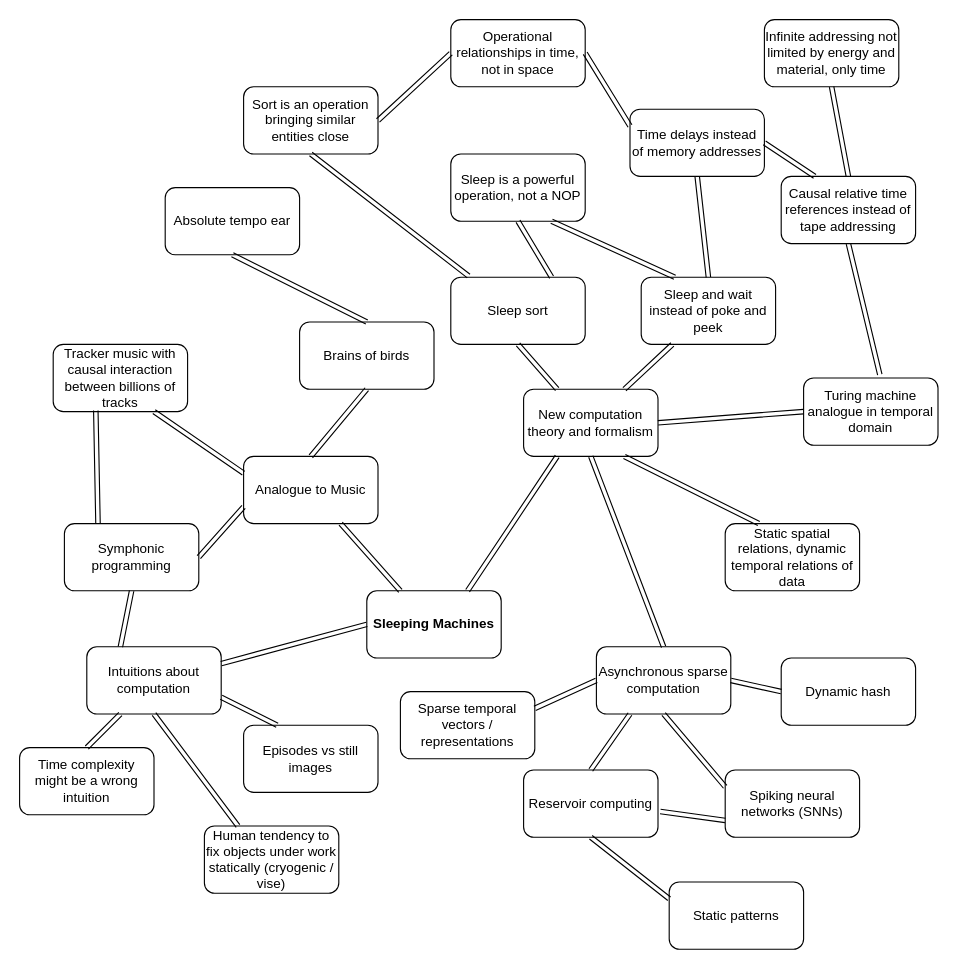
Before: sleeping_machines.drawio in keskival/sleeping_machines, a draw.io diagram. Source tidied: cells renumbered, new cells numbered last; positions are measured from the earlier drawing's top-left corner, leaving out a move shared by most shapes. Both pictures are drawn from the tidied source at 112%, with x=0, y=0 at pixel (19, 19).
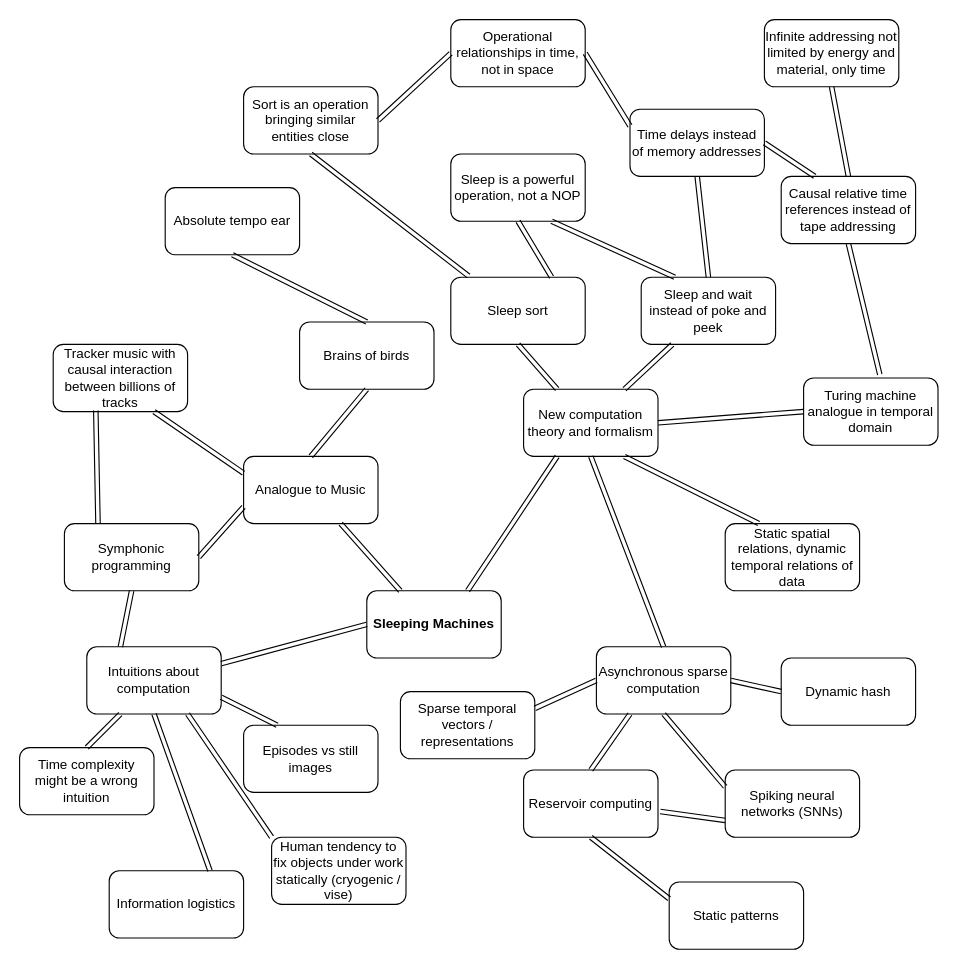
The same diagram, later.

The change refers to these unchanged cells:
```xml
<mxCell id="36" value="Intuitions about computation" style="rounded=1;whiteSpace=wrap;html=1;" parent="1" vertex="1">
  <mxGeometry x="60" y="560" width="120" height="60" as="geometry" />
</mxCell>
```

What changed in the source:
```diff
@@
     <mxCell id="37" value="Human tendency to fix objects under work statically (cryogenic / vise)" style="rounded=1;whiteSpace=wrap;html=1;" parent="1" vertex="1">
-      <mxGeometry x="165" y="720" width="120" height="60" as="geometry" />
+      <mxGeometry x="225" y="730" width="120" height="60" as="geometry" />
     </mxCell>
@@
-    <mxCell id="40" style="shape=link;html=1;entryX=0.25;entryY=0;entryDx=0;entryDy=0;exitX=0.5;exitY=1;exitDx=0;exitDy=0;" parent="1" edge="1" source="36" target="37">
+    <mxCell id="40" style="shape=link;html=1;entryX=0;entryY=0;entryDx=0;entryDy=0;exitX=0.75;exitY=1;exitDx=0;exitDy=0;" parent="1" edge="1" source="36" target="37">
       <mxGeometry relative="1" as="geometry" />
     </mxCell>
@@
+    <mxCell id="61" value="Information logistics" style="rounded=1;whiteSpace=wrap;html=1;" parent="1" vertex="1">
+      <mxGeometry x="80" y="760" width="120" height="60" as="geometry" />
+    </mxCell>
+    <mxCell id="62" style="shape=link;html=1;entryX=0.75;entryY=0;entryDx=0;entryDy=0;exitX=0.5;exitY=1;exitDx=0;exitDy=0;" parent="1" edge="1" source="36" target="61">
+      <mxGeometry relative="1" as="geometry" />
+    </mxCell>
```
